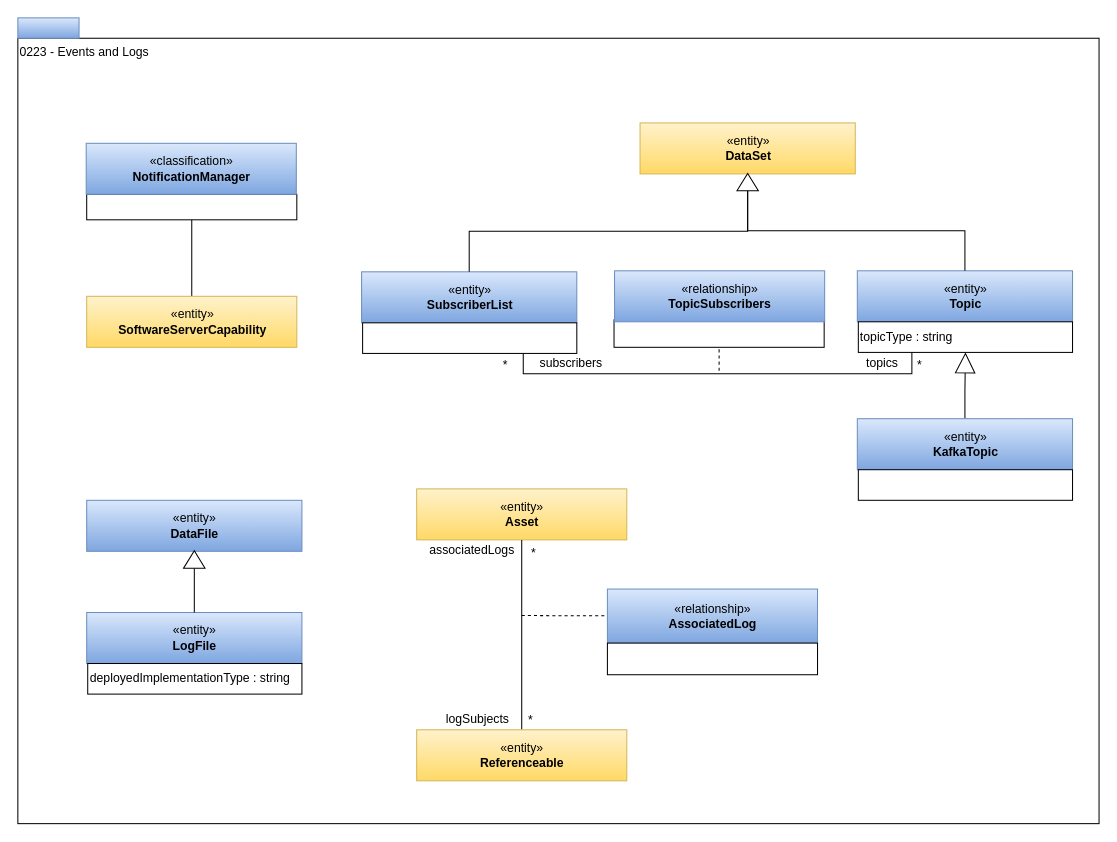
Earlier version of the draw.io diagram page "0223-Events-and-Logs" (11 of 21) of site/docs/types/2/area-2-assets.drawio (odpi/egeria-docs). Source tidied: cells renumbered, new cells numbered last; positions are measured from the earlier drawing's top-left corner, leaving out a move shared by most shapes. Both pictures are drawn from the tidied source at 102%, with x=0, y=0 at pixel (17, 17).
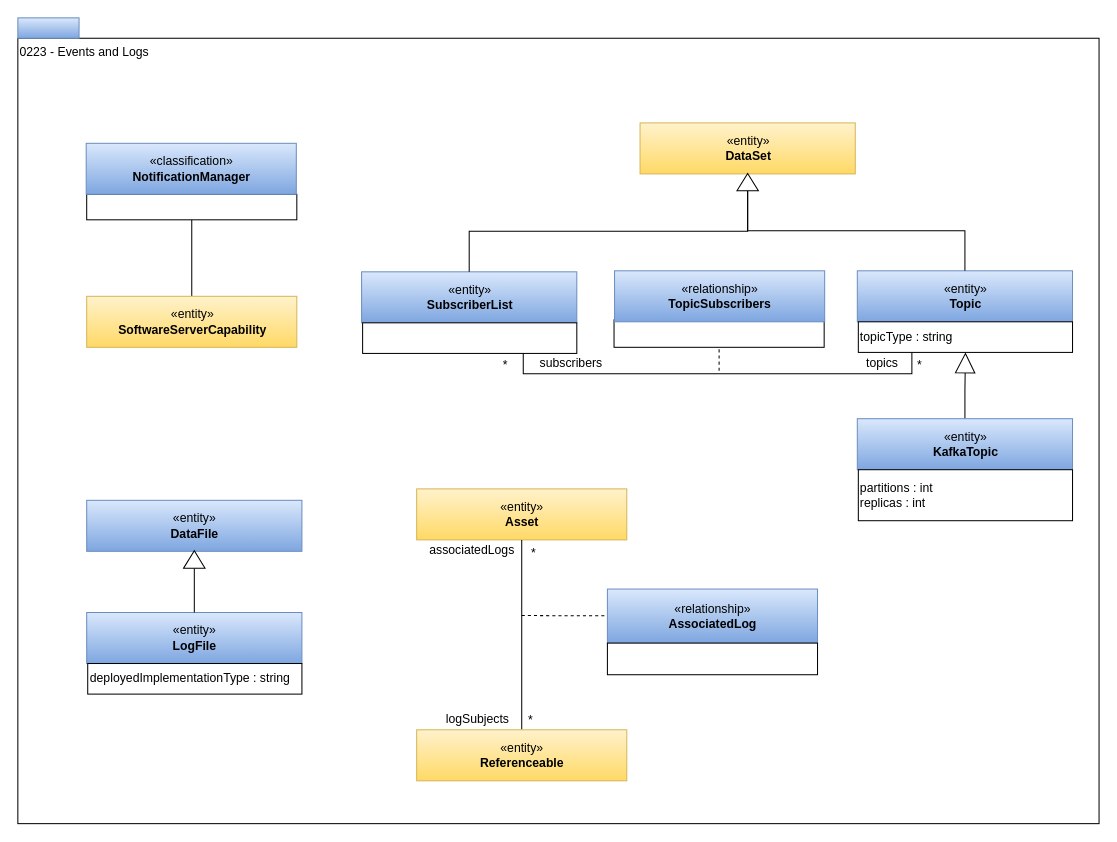
The same diagram, later.

What changed in the source:
```diff
@@
-    <mxCell id="31" style="rounded=0;whiteSpace=wrap;html=1;strokeColor=#000000;gradientColor=#ffffff;align=left;" parent="1" vertex="1">
-      <mxGeometry x="824" y="443" width="210" height="30" as="geometry" />
+    <mxCell id="31" value="partitions : int&lt;br&gt;replicas : int" style="rounded=0;whiteSpace=wrap;html=1;strokeColor=#000000;gradientColor=#ffffff;align=left;" parent="1" vertex="1">
+      <mxGeometry x="824" y="443" width="210" height="50" as="geometry" />
     </mxCell>
```
